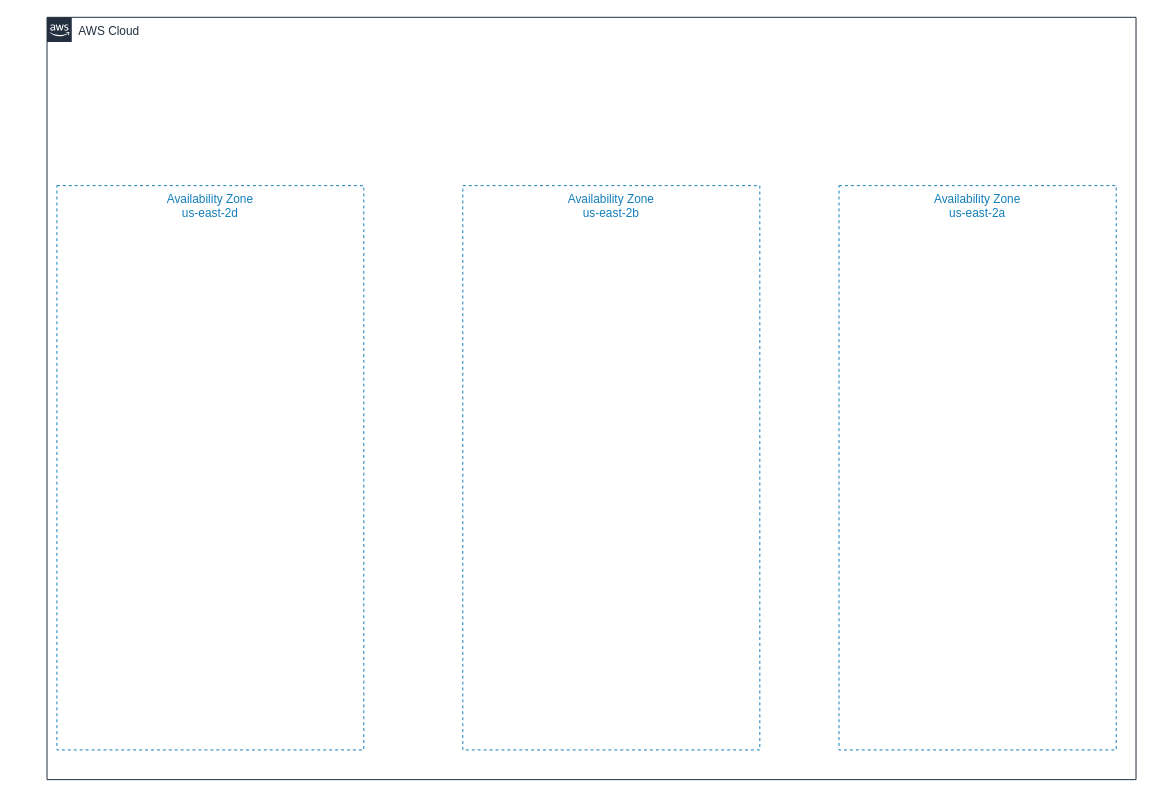
yardenmev/EKS-bootcamp-portfolio keeps this draw.io diagram as Untitled Diagram.drawio. Above is the earlier version. Source tidied: cells renumbered, new cells numbered last; positions are measured from the earlier drawing's top-left corner, leaving out a move shared by most shapes. Both pictures are drawn from the tidied source at 99%, with x=0, y=0 at pixel (47, 17).
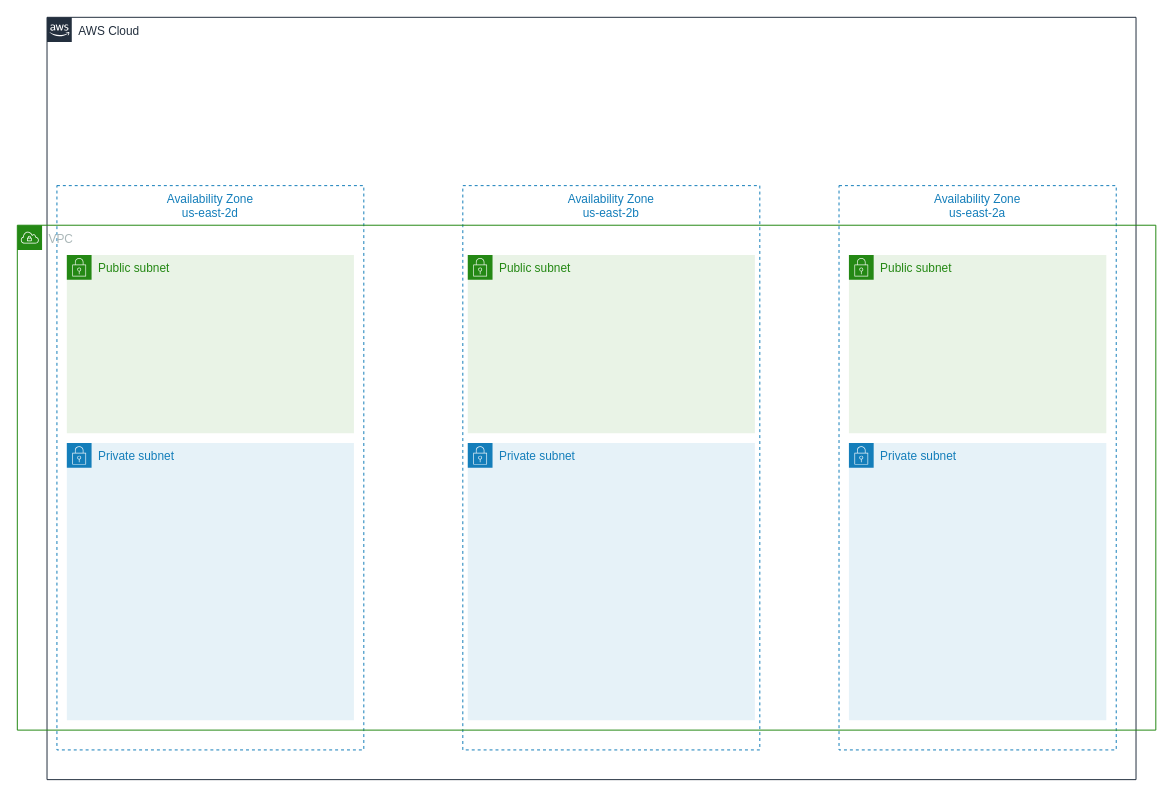
After the change.

The edit, as a diff of the source:
```diff
@@
 <mxGraphModel>
   <root>
     <mxCell id="0" />
     <mxCell id="1" parent="0" />
     <mxCell id="2" value="AWS Cloud" style="gradientColor=none;html=1;whiteSpace=wrap;fontSize=12;fontStyle=0;shape=mxgraph.aws4.group;grIcon=mxgraph.aws4.group_aws_cloud_alt;strokeColor=#232F3E;fillColor=none;verticalAlign=top;align=left;spacingLeft=30;fontColor=#232F3E;dashed=0;" parent="1" vertex="1">
       <mxGeometry width="1100" height="770" as="geometry" />
     </mxCell>
     <mxCell id="3" value="Availability Zone&lt;br&gt;us-east-2a" style="fillColor=none;strokeColor=#147EBA;dashed=1;verticalAlign=top;fontStyle=0;fontColor=#147EBA;whiteSpace=wrap;html=1;" parent="2" vertex="1">
       <mxGeometry x="800" y="170" width="280" height="570" as="geometry" />
     </mxCell>
     <mxCell id="4" value="Availability Zone&lt;br&gt;us-east-2b" style="fillColor=none;strokeColor=#147EBA;dashed=1;verticalAlign=top;fontStyle=0;fontColor=#147EBA;whiteSpace=wrap;html=1;" parent="2" vertex="1">
       <mxGeometry x="420" y="170" width="300" height="570" as="geometry" />
     </mxCell>
     <mxCell id="5" value="Availability Zone&lt;br&gt;us-east-2d" style="fillColor=none;strokeColor=#147EBA;dashed=1;verticalAlign=top;fontStyle=0;fontColor=#147EBA;whiteSpace=wrap;html=1;" parent="2" vertex="1">
       <mxGeometry x="10" y="170" width="310" height="570" as="geometry" />
     </mxCell>
+    <mxCell id="6" value="VPC" style="gradientColor=none;html=1;whiteSpace=wrap;fontSize=12;fontStyle=0;shape=mxgraph.aws4.group;grIcon=mxgraph.aws4.group_vpc;strokeColor=#248814;fillColor=none;verticalAlign=top;align=left;spacingLeft=30;fontColor=#AAB7B8;dashed=0;" parent="1" vertex="1">
+      <mxGeometry x="-30" y="210" width="1150" height="510" as="geometry" />
+    </mxCell>
+    <mxCell id="7" value="Private subnet" style="gradientColor=none;html=1;whiteSpace=wrap;fontSize=12;fontStyle=0;shape=mxgraph.aws4.group;grIcon=mxgraph.aws4.group_security_group;grStroke=0;strokeColor=#147EBA;fillColor=#E6F2F8;verticalAlign=top;align=left;spacingLeft=30;fontColor=#147EBA;dashed=0;" parent="6" vertex="1">
+      <mxGeometry x="455" y="220" width="290" height="280" as="geometry" />
+    </mxCell>
+    <mxCell id="8" value="Private subnet" style="gradientColor=none;html=1;whiteSpace=wrap;fontSize=12;fontStyle=0;shape=mxgraph.aws4.group;grIcon=mxgraph.aws4.group_security_group;grStroke=0;strokeColor=#147EBA;fillColor=#E6F2F8;verticalAlign=top;align=left;spacingLeft=30;fontColor=#147EBA;dashed=0;" parent="6" vertex="1">
+      <mxGeometry x="840" y="220" width="260" height="280" as="geometry" />
+    </mxCell>
+    <mxCell id="9" value="Public subnet" style="gradientColor=none;html=1;whiteSpace=wrap;fontSize=12;fontStyle=0;shape=mxgraph.aws4.group;grIcon=mxgraph.aws4.group_security_group;grStroke=0;strokeColor=#248814;fillColor=#E9F3E6;verticalAlign=top;align=left;spacingLeft=30;fontColor=#248814;dashed=0;" parent="6" vertex="1">
+      <mxGeometry x="50" y="30" width="290" height="180" as="geometry" />
+    </mxCell>
+    <mxCell id="10" value="Public subnet" style="gradientColor=none;html=1;whiteSpace=wrap;fontSize=12;fontStyle=0;shape=mxgraph.aws4.group;grIcon=mxgraph.aws4.group_security_group;grStroke=0;strokeColor=#248814;fillColor=#E9F3E6;verticalAlign=top;align=left;spacingLeft=30;fontColor=#248814;dashed=0;" parent="6" vertex="1">
+      <mxGeometry x="455" y="30" width="290" height="180" as="geometry" />
+    </mxCell>
+    <mxCell id="11" value="Public subnet" style="gradientColor=none;html=1;whiteSpace=wrap;fontSize=12;fontStyle=0;shape=mxgraph.aws4.group;grIcon=mxgraph.aws4.group_security_group;grStroke=0;strokeColor=#248814;fillColor=#E9F3E6;verticalAlign=top;align=left;spacingLeft=30;fontColor=#248814;dashed=0;" parent="6" vertex="1">
+      <mxGeometry x="840" y="30" width="260" height="180" as="geometry" />
+    </mxCell>
+    <mxCell id="12" value="Private subnet" style="gradientColor=none;html=1;whiteSpace=wrap;fontSize=12;fontStyle=0;shape=mxgraph.aws4.group;grIcon=mxgraph.aws4.group_security_group;grStroke=0;strokeColor=#147EBA;fillColor=#E6F2F8;verticalAlign=top;align=left;spacingLeft=30;fontColor=#147EBA;dashed=0;" parent="1" vertex="1">
+      <mxGeometry x="20" y="430" width="290" height="280" as="geometry" />
+    </mxCell>
   </root>
 </mxGraphModel>
```
